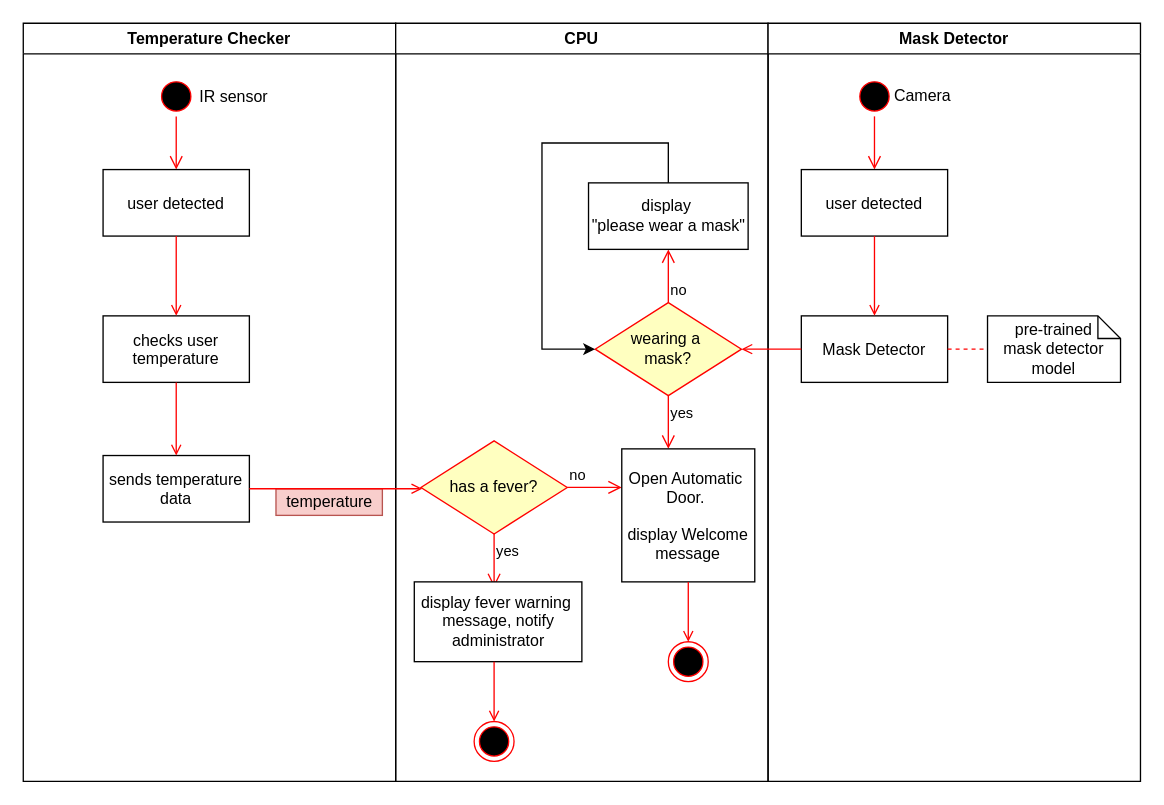
Before: uml2.drawio in seanhwang10/COVID-Screening-Automatic-Door, a draw.io diagram. Source tidied: cells renumbered, new cells numbered last; positions are measured from the earlier drawing's top-left corner, leaving out a move shared by most shapes. Both pictures are drawn from the tidied source at 133%, with x=0, y=0 at pixel (23, 23).
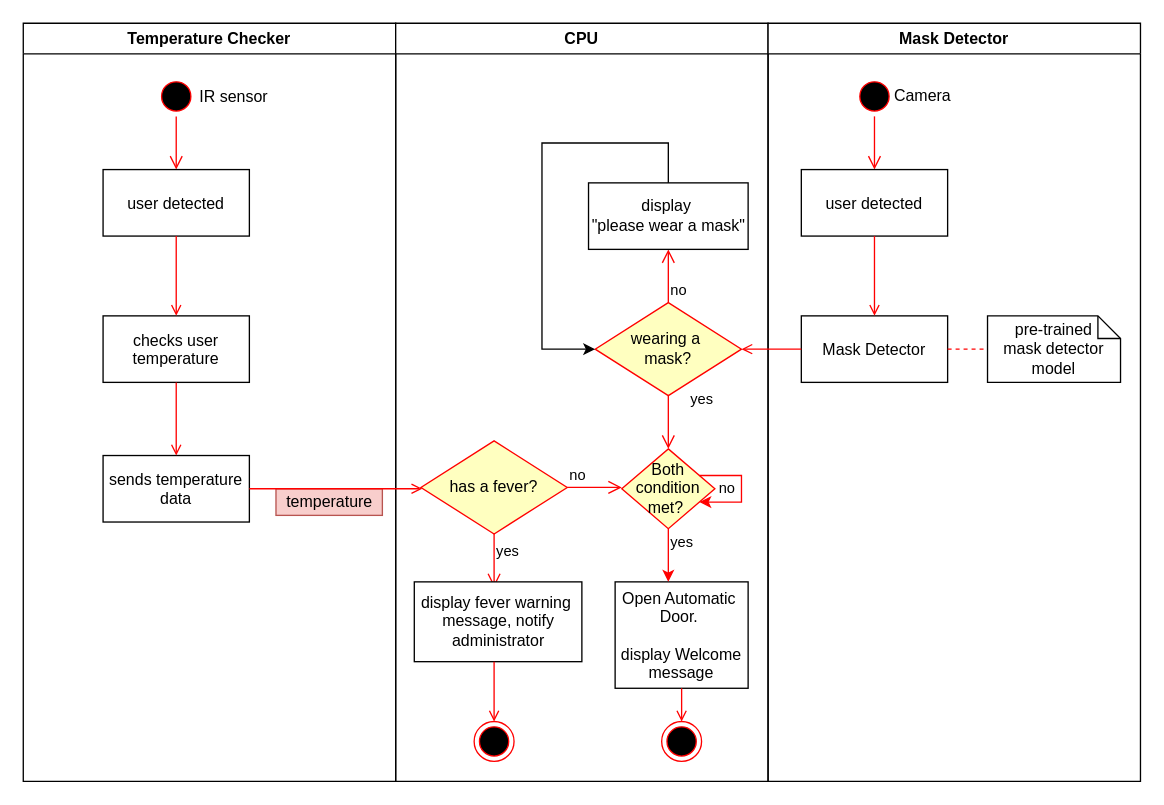
The same diagram, later.

The change refers to these unchanged cells:
```xml
<mxCell id="12" value="CPU" style="swimlane;whiteSpace=wrap;startSize=23;" parent="1" vertex="1">
  <mxGeometry x="280" width="280" height="570" as="geometry" />
</mxCell>
<mxCell id="13" value="wearing a&amp;nbsp;&lt;br&gt;mask?" style="rhombus;whiteSpace=wrap;html=1;fillColor=#ffffc0;strokeColor=#ff0000;" parent="12" vertex="1">
  <mxGeometry x="150" y="210" width="110" height="70" as="geometry" />
</mxCell>
```

Change to the diagram source:
```diff
@@
     <mxCell id="15" value="yes" style="edgeStyle=orthogonalEdgeStyle;html=1;align=left;verticalAlign=top;endArrow=open;endSize=8;strokeColor=#ff0000;" parent="12" edge="1" source="13">
-      <mxGeometry x="-1" relative="1" as="geometry">
+      <mxGeometry x="-1" y="18" relative="1" as="geometry">
         <mxPoint x="205" y="320" as="targetPoint" />
+        <mxPoint x="-3" y="-10" as="offset" />
       </mxGeometry>
     </mxCell>
@@
     <mxCell id="24" value="Open Automatic &#10;Door. &#10;&#10;display Welcome &#10;message" parent="12" vertex="1">
-      <mxGeometry x="170" y="320" width="100" height="100" as="geometry" />
+      <mxGeometry x="165" y="420" width="100" height="80" as="geometry" />
     </mxCell>
     <mxCell id="25" style="ellipse;shape=endState;fillColor=#000000;strokeColor=#ff0000;" parent="12" vertex="1">
-      <mxGeometry x="205" y="465" width="30" height="30" as="geometry" />
+      <mxGeometry x="200" y="525" width="30" height="30" as="geometry" />
     </mxCell>
     <mxCell id="26" style="endArrow=open;strokeColor=#FF0000;endFill=1;rounded=0;" parent="12" edge="1" target="25">
       <mxGeometry relative="1" as="geometry">
-        <mxPoint x="220" y="420" as="sourcePoint" />
+        <mxPoint x="215" y="500" as="sourcePoint" />
       </mxGeometry>
     </mxCell>
+    <mxCell id="38" style="edgeStyle=orthogonalEdgeStyle;rounded=0;jettySize=auto;html=1;entryX=0.4;entryY=0;entryDx=0;entryDy=0;entryPerimeter=0;strokeColor=#FF0000;fontFamily=Helvetica;fontSize=11;" parent="12" edge="1" source="39" target="24">
+      <mxGeometry relative="1" as="geometry" />
+    </mxCell>
+    <mxCell id="39" value="Both condition met?&amp;nbsp;" style="rhombus;whiteSpace=wrap;html=1;fillColor=#ffffc0;strokeColor=#ff0000;" parent="12" vertex="1">
+      <mxGeometry x="170" y="320" width="70" height="60" as="geometry" />
+    </mxCell>
+    <mxCell id="40" style="edgeStyle=orthogonalEdgeStyle;rounded=0;orthogonalLoop=1;jettySize=auto;html=1;fontFamily=Verdana;fontSize=18;strokeColor=#FF0000;" parent="12" edge="1" source="39" target="39">
+      <mxGeometry relative="1" as="geometry" />
+    </mxCell>
+    <mxCell id="41" value="yes" style="text;html=1;align=center;verticalAlign=middle;fontSize=11;fontFamily=Helvetica;" parent="12" vertex="1">
+      <mxGeometry x="200" y="380" width="30" height="20" as="geometry" />
+    </mxCell>
+    <mxCell id="42" value="no" style="text;html=1;align=center;verticalAlign=middle;fontSize=11;fontFamily=Helvetica;" parent="12" vertex="1">
+      <mxGeometry x="234" y="340" width="30" height="20" as="geometry" />
+    </mxCell>
```
